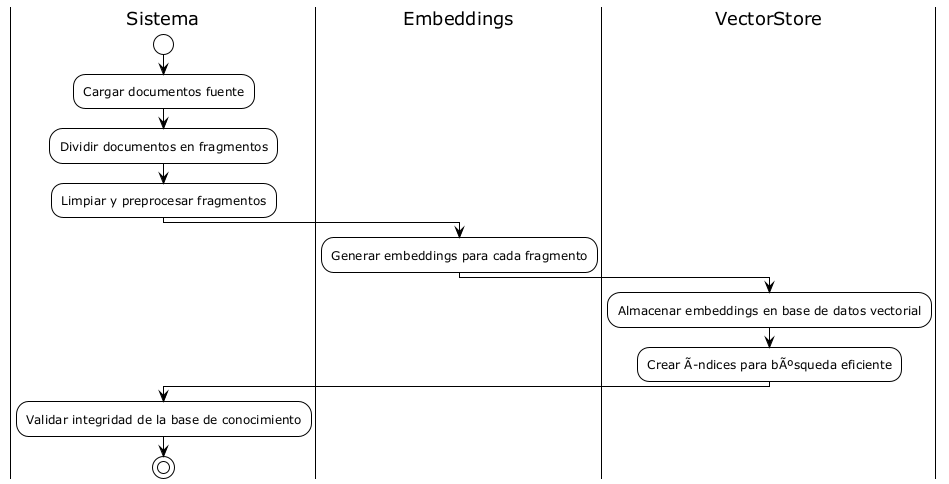
This is img/recuperacion_rag.png from carloss4dv/langagent, a PlantUML export, as it was before one commit.
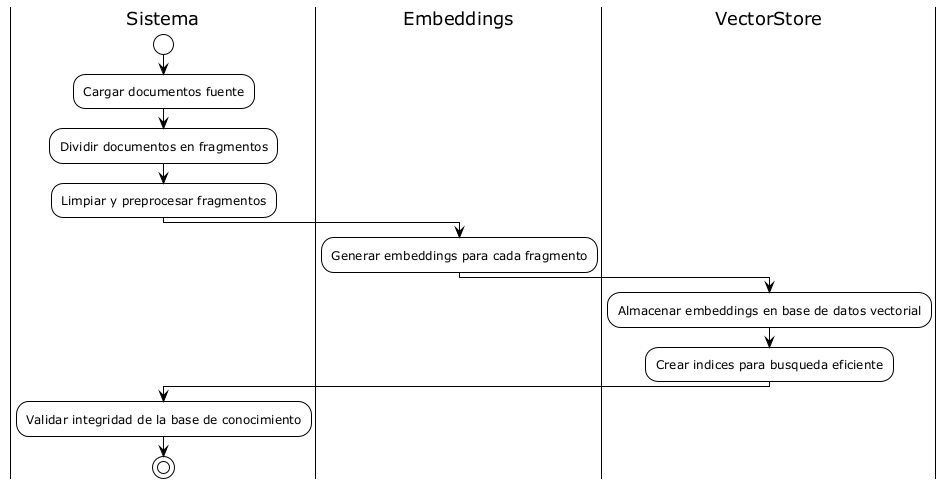
Later version of the same file.

Change to the diagram source:
```diff
@@ -13,7 +13,7 @@
 
 |VectorStore|
 :Almacenar embeddings en base de datos vectorial;
-:Crear Ã­ndices para bÃºsqueda eficiente;
+:Crear indices para busqueda eficiente;
 
 |Sistema|
 :Validar integridad de la base de conocimiento;
```
